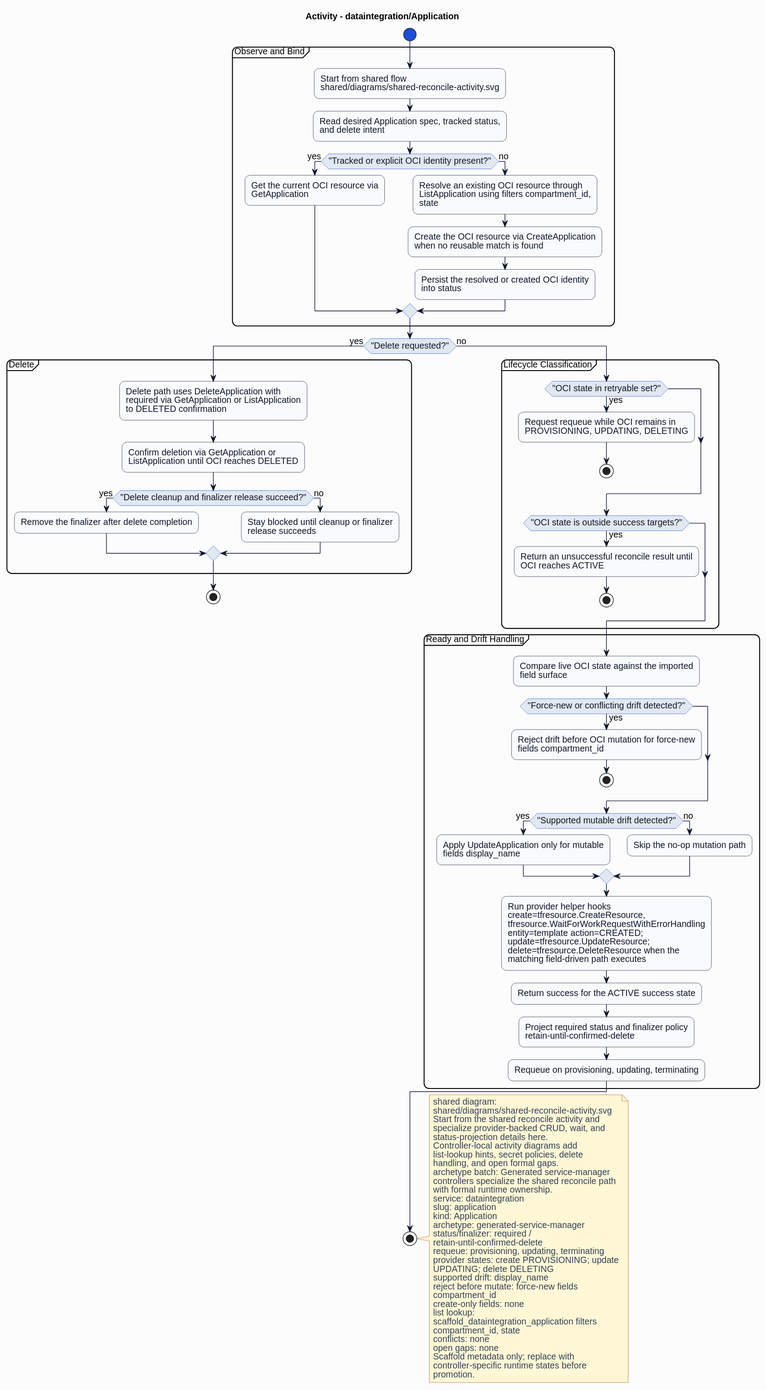
The PlantUML diagram formal/controllers/dataintegration/application/diagrams/activity.svg in HaoyL666/oci-service-operator, before a commit.
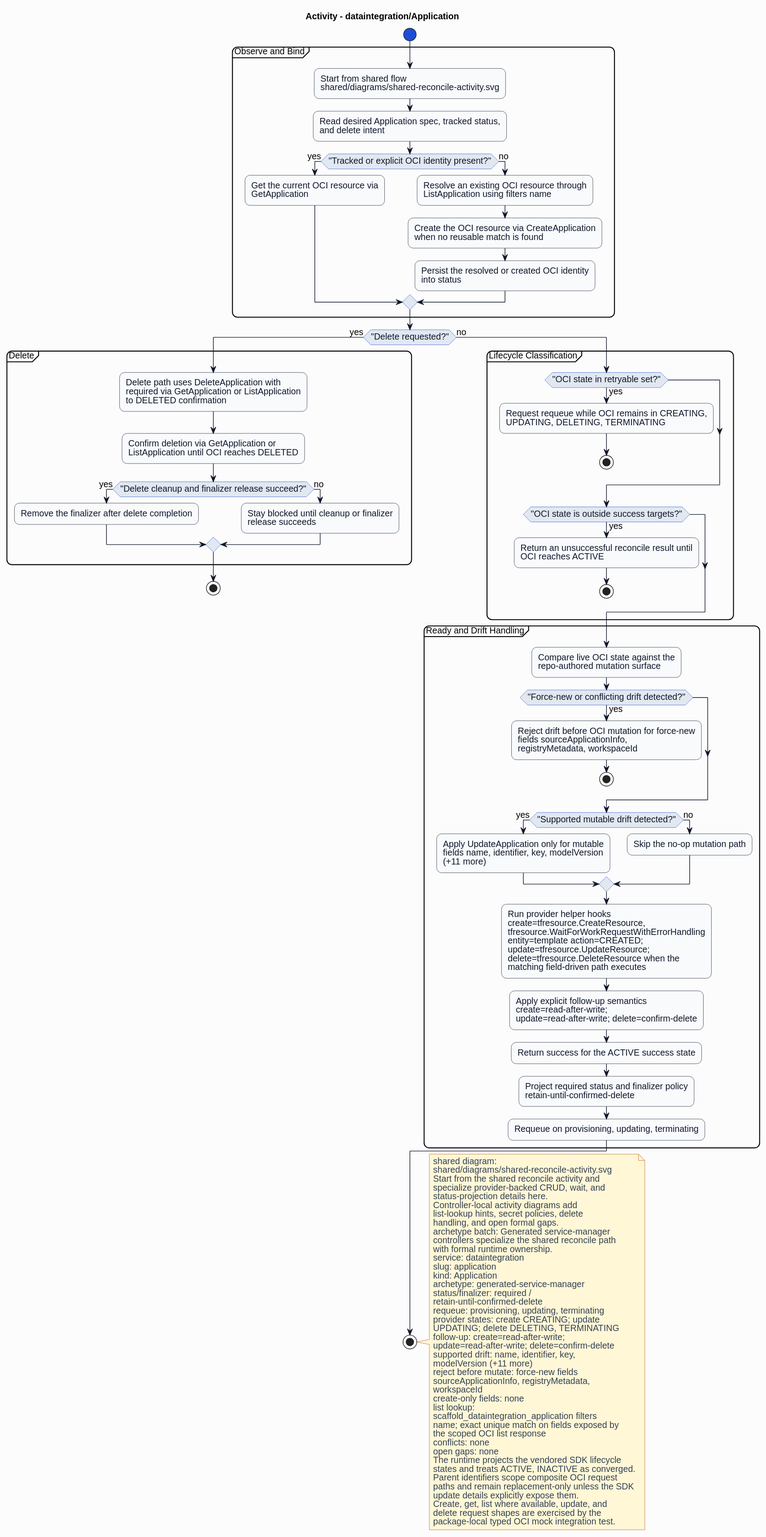
After the change.

What changed in the source:
```diff
@@ -27,7 +27,7 @@
 if ("Tracked or explicit OCI identity present?") then (yes)
 :Get the current OCI resource via\nGetApplication;
 else (no)
-:Resolve an existing OCI resource through\nListApplication using filters compartment_id,\nstate;
+:Resolve an existing OCI resource through\nListApplication using filters name;
 :Create the OCI resource via CreateApplication\nwhen no reusable match is found;
 :Persist the resolved or created OCI identity\ninto status;
 endif
@@ -46,7 +46,7 @@
 else (no)
 partition "Lifecycle Classification" {
 if ("OCI state in retryable set?") then (yes)
-:Request requeue while OCI remains in\nPROVISIONING, UPDATING, DELETING;
+:Request requeue while OCI remains in CREATING,\nUPDATING, DELETING, TERMINATING;
 stop
 endif
 if ("OCI state is outside success targets?") then (yes)
@@ -55,17 +55,18 @@
 endif
 }
 partition "Ready and Drift Handling" {
-:Compare live OCI state against the imported\nfield surface;
+:Compare live OCI state against the\nrepo-authored mutation surface;
 if ("Force-new or conflicting drift detected?") then (yes)
-:Reject drift before OCI mutation for force-new\nfields compartment_id;
+:Reject drift before OCI mutation for force-new\nfields sourceApplicationInfo,\nregistryMetadata, workspaceId;
 stop
 endif
 if ("Supported mutable drift detected?") then (yes)
-:Apply UpdateApplication only for mutable\nfields display_name;
+:Apply UpdateApplication only for mutable\nfields name, identifier, key, modelVersion\n(+11 more);
 else (no)
 :Skip the no-op mutation path;
 endif
 :Run provider helper hooks\ncreate=tfresource.CreateResource,\ntfresource.WaitForWorkRequestWithErrorHandling\nentity=template action=CREATED;\nupdate=tfresource.UpdateResource;\ndelete=tfresource.DeleteResource when the\nmatching field-driven path executes;
+:Apply explicit follow-up semantics\ncreate=read-after-write;\nupdate=read-after-write; delete=confirm-delete;
 :Return success for the ACTIVE success state;
 :Project required status and finalizer policy\nretain-until-confirmed-delete;
 :Requeue on provisioning, updating, terminating;
@@ -91,19 +92,29 @@
 status/finalizer: required /
 retain-until-confirmed-delete
 requeue: provisioning, updating, terminating
-provider states: create PROVISIONING; update
-UPDATING; delete DELETING
-supported drift: display_name
+provider states: create CREATING; update
+UPDATING; delete DELETING, TERMINATING
+follow-up: create=read-after-write;
+update=read-after-write; delete=confirm-delete
+supported drift: name, identifier, key,
+modelVersion (+11 more)
 reject before mutate: force-new fields
-compartment_id
+sourceApplicationInfo, registryMetadata,
+workspaceId
 create-only fields: none
 list lookup:
 scaffold_dataintegration_application filters
-compartment_id, state
+name; exact unique match on fields exposed by
+the scoped OCI list response
 conflicts: none
 open gaps: none
-Scaffold metadata only; replace with
-controller-specific runtime states before
-promotion.
+The runtime projects the vendored SDK lifecycle
+states and treats ACTIVE, INACTIVE as converged.
+Parent identifiers scope composite OCI request
+paths and remain replacement-only unless the SDK
+update details explicitly expose them.
+Create, get, list where available, update, and
+delete request shapes are exercised by the
+package-local typed OCI mock integration test.
 end note
 @enduml
```
